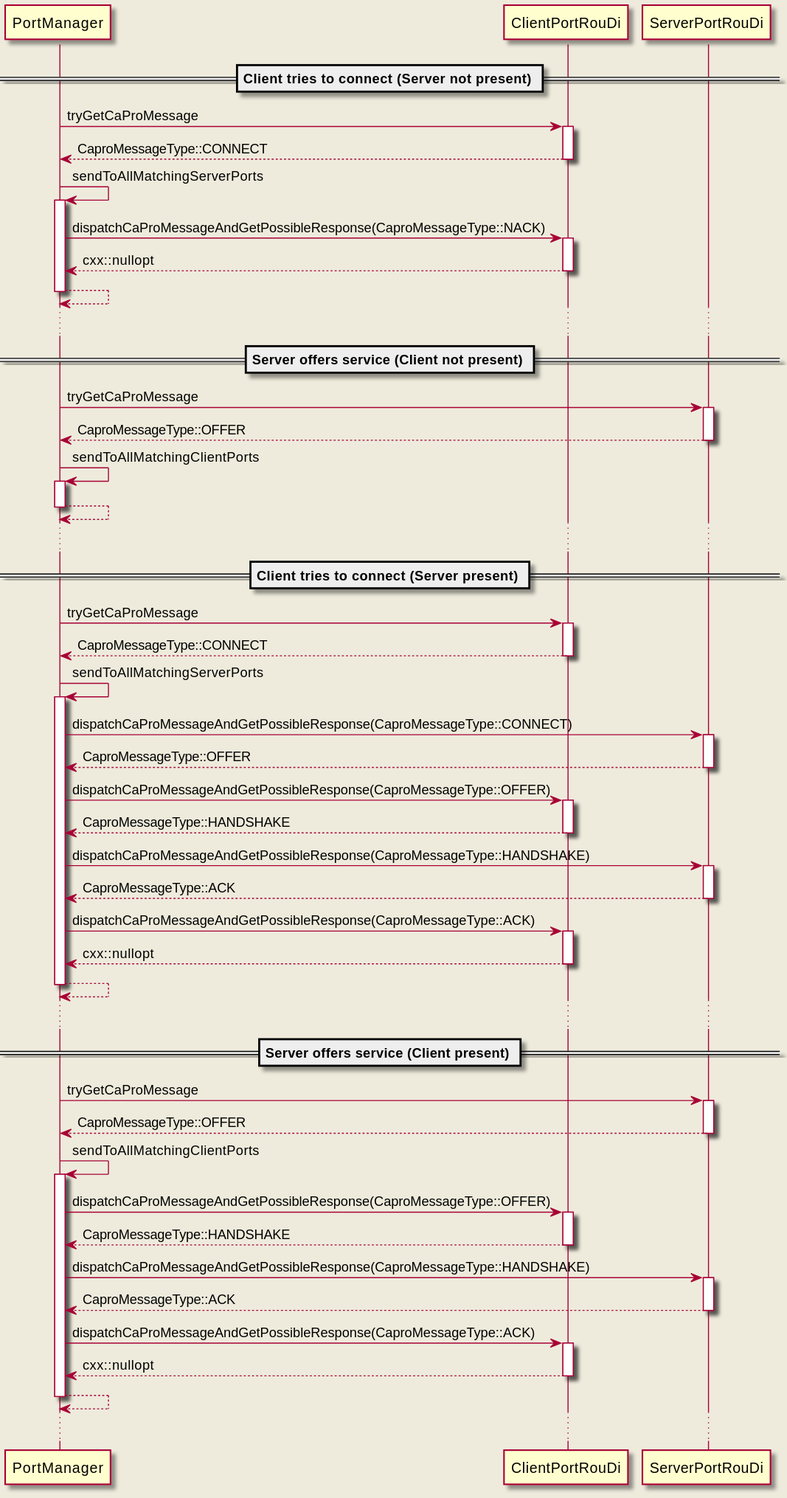
Above: doc/design/diagrams/request_response/client_and_server_service_discovery.svg in eclipse-iceoryx/iceoryx (PlantUML), before the change. Its source is kept beside it as doc/design/diagrams/request_response/client_and_server_service_discovery.puml.
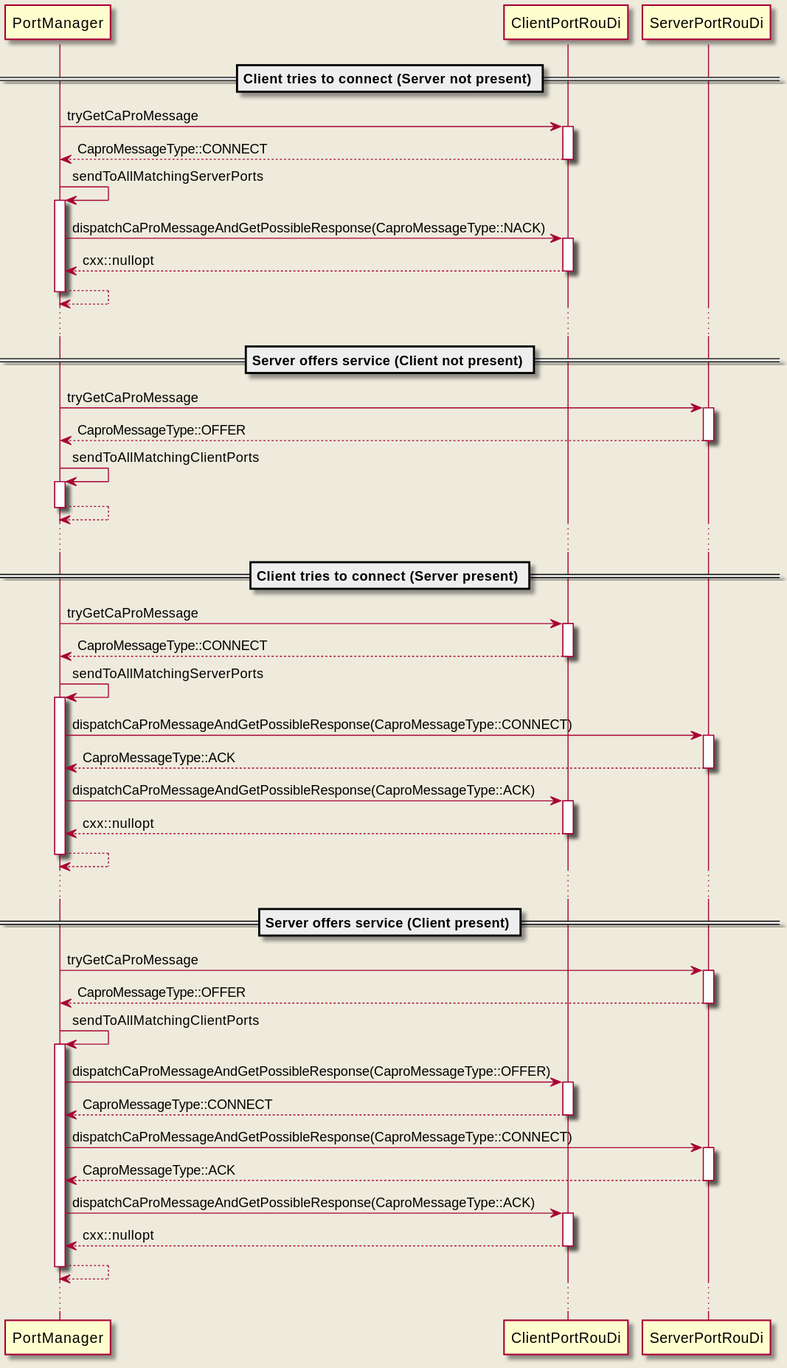
After the change.

Commit message:
iox-#27 Simplify the service discovery for the client

Diff of the diagram source:
```diff
@@ -33,12 +33,6 @@
 PortManager -> PortManager ++ : sendToAllMatchingServerPorts
 
 PortManager -> ServerPortRouDi ++ : dispatchCaProMessageAndGetPossibleResponse(CaproMessageType::CONNECT)
-return CaproMessageType::OFFER
-
-PortManager -> ClientPortRouDi ++ : dispatchCaProMessageAndGetPossibleResponse(CaproMessageType::OFFER)
-return CaproMessageType::HANDSHAKE
-
-PortManager -> ServerPortRouDi ++ : dispatchCaProMessageAndGetPossibleResponse(CaproMessageType::HANDSHAKE)
 return CaproMessageType::ACK
 
 PortManager -> ClientPortRouDi ++ : dispatchCaProMessageAndGetPossibleResponse(CaproMessageType::ACK)
@@ -56,9 +50,9 @@
 PortManager -> PortManager ++ : sendToAllMatchingClientPorts
 
 PortManager -> ClientPortRouDi ++ : dispatchCaProMessageAndGetPossibleResponse(CaproMessageType::OFFER)
-return CaproMessageType::HANDSHAKE
+return CaproMessageType::CONNECT
 
-PortManager -> ServerPortRouDi ++ : dispatchCaProMessageAndGetPossibleResponse(CaproMessageType::HANDSHAKE)
+PortManager -> ServerPortRouDi ++ : dispatchCaProMessageAndGetPossibleResponse(CaproMessageType::CONNECT)
 return CaproMessageType::ACK
 
 PortManager -> ClientPortRouDi ++ : dispatchCaProMessageAndGetPossibleResponse(CaproMessageType::ACK)
```
